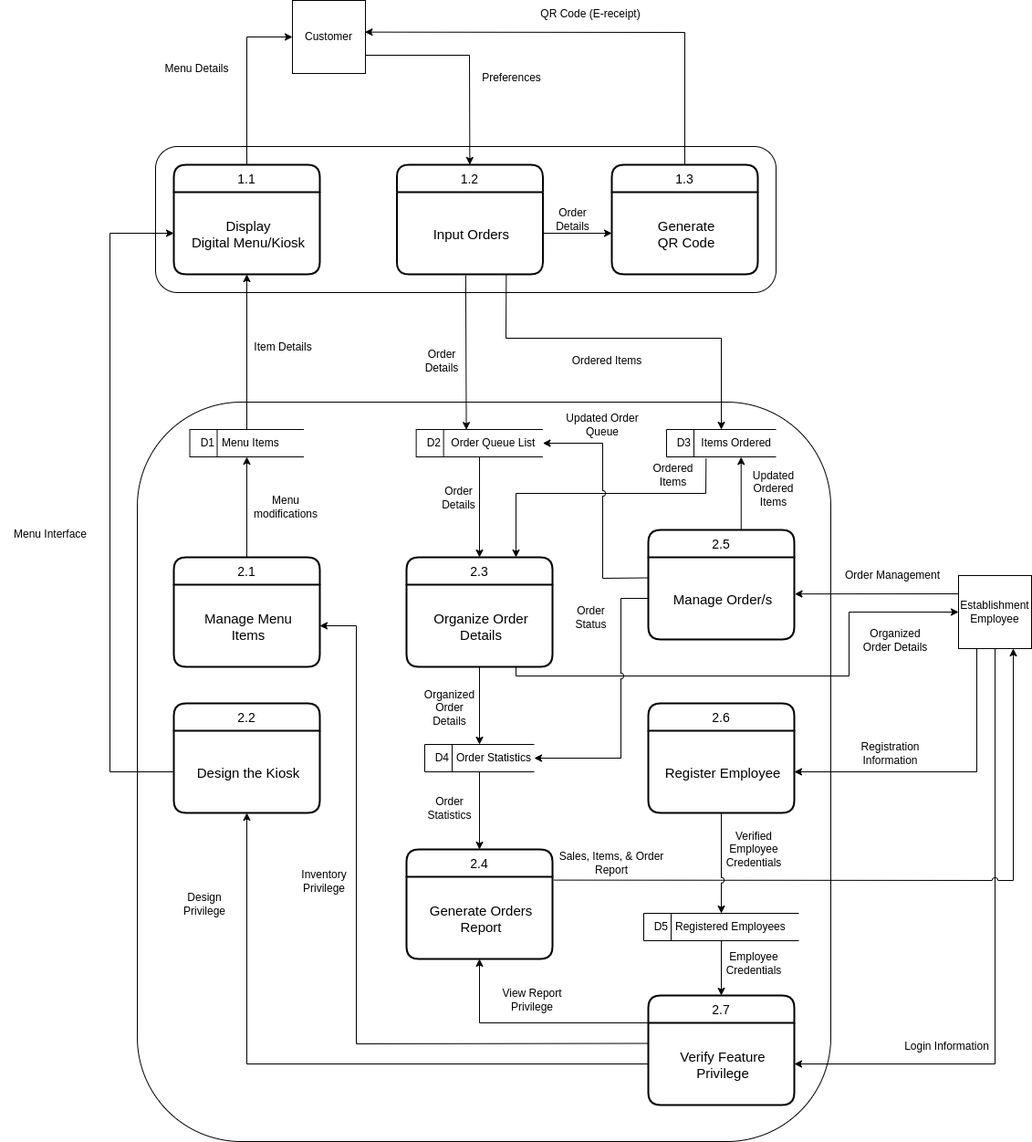
Above: DOCS/Diagrams/DFD Child Diagrams.png in alexxGmZ/MenuMaApp (draw.io), before the change. Source tidied: cells renumbered, new cells last; positions are measured from the earlier drawing's top-left corner, leaving out a move shared by most shapes.
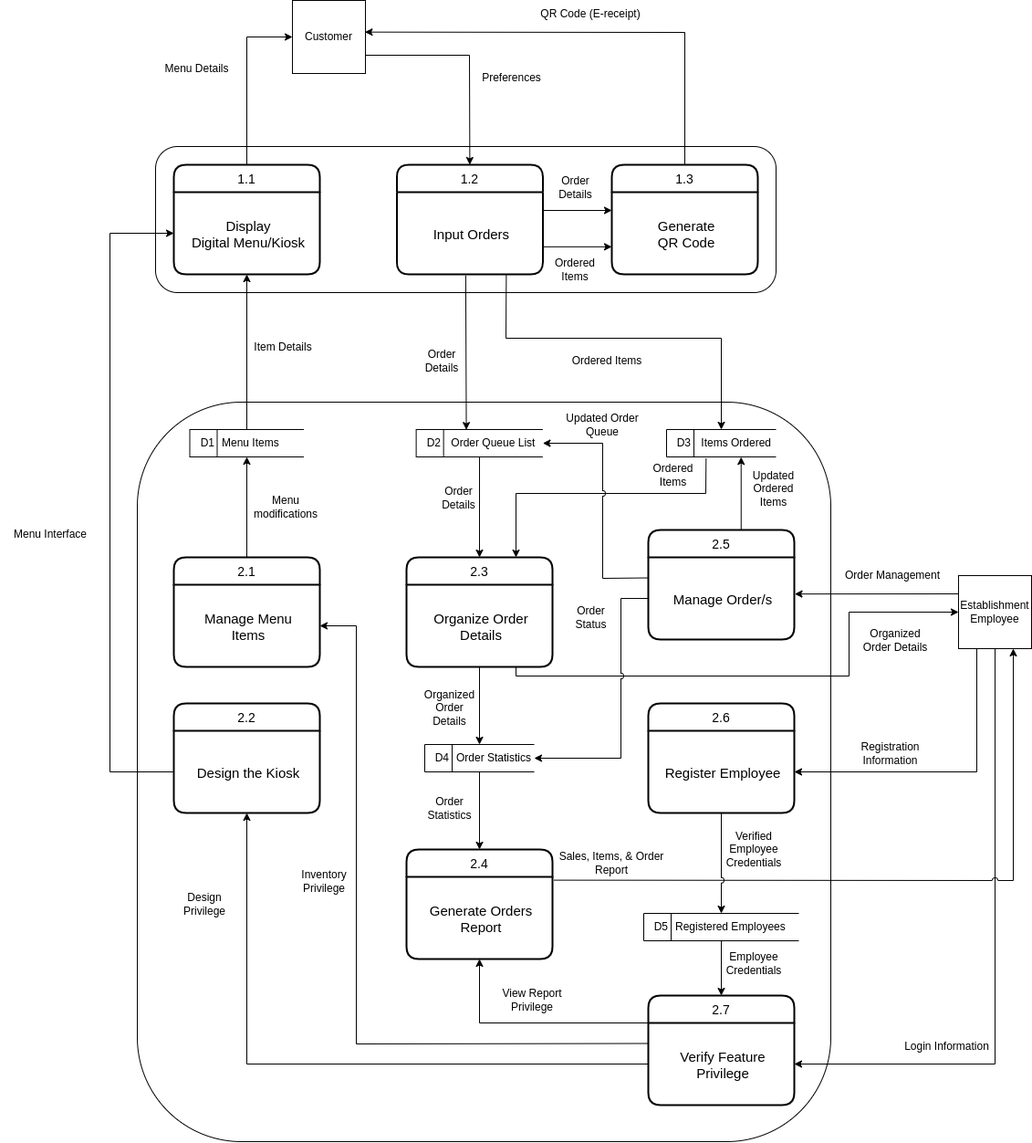
After the commit.

Commit message:
diagram(dfd): child diagrams ordered items data flow to generate qr code process

What changed in the source:
```diff
@@ -172,7 +172,7 @@
     <mxCell id="48" style="edgeStyle=none;html=1;entryX=0.396;entryY=0.007;entryDx=0;entryDy=0;entryPerimeter=0;exitX=0.472;exitY=1.013;exitDx=0;exitDy=0;exitPerimeter=0;" parent="1" edge="1" source="12" target="18">
       <mxGeometry relative="1" as="geometry" />
     </mxCell>
-    <mxCell id="49" style="edgeStyle=none;rounded=0;html=1;exitX=1;exitY=0.5;exitDx=0;exitDy=0;entryX=0;entryY=0.5;entryDx=0;entryDy=0;" parent="1" edge="1" source="12" target="39">
+    <mxCell id="49" style="edgeStyle=none;rounded=0;html=1;exitX=0.998;exitY=0.665;exitDx=0;exitDy=0;entryX=0;entryY=0.665;entryDx=0;entryDy=0;exitPerimeter=0;entryPerimeter=0;" parent="1" edge="1" source="12" target="39">
       <mxGeometry relative="1" as="geometry" />
     </mxCell>
     <mxCell id="50" style="edgeStyle=none;rounded=0;html=1;exitX=0.75;exitY=1;exitDx=0;exitDy=0;entryX=0.5;entryY=0;entryDx=0;entryDy=0;" parent="1" edge="1" source="12" target="16">
@@ -270,7 +270,7 @@
       <mxGeometry x="480" y="530" width="45" height="30" as="geometry" />
     </mxCell>
     <mxCell id="68" value="Order&lt;br&gt;Details" style="text;html=1;strokeColor=none;fillColor=none;align=center;verticalAlign=middle;whiteSpace=wrap;rounded=0;" parent="1" vertex="1">
-      <mxGeometry x="605" y="225" width="45" height="30" as="geometry" />
+      <mxGeometry x="607.5" y="190" width="45" height="30" as="geometry" />
     </mxCell>
     <mxCell id="69" value="Ordered Items" style="text;html=1;strokeColor=none;fillColor=none;align=center;verticalAlign=middle;whiteSpace=wrap;rounded=0;" parent="1" vertex="1">
       <mxGeometry x="625" y="380" width="80" height="30" as="geometry" />
@@ -314,5 +314,14 @@
     <mxCell id="82" value="Menu &lt;br&gt;modifications" style="text;html=1;strokeColor=none;fillColor=none;align=center;verticalAlign=middle;whiteSpace=wrap;rounded=0;" parent="1" vertex="1">
       <mxGeometry x="257.5" y="530" width="110" height="50" as="geometry" />
     </mxCell>
+    <mxCell id="83" style="edgeStyle=none;rounded=0;html=1;exitX=0.998;exitY=0.665;exitDx=0;exitDy=0;entryX=0;entryY=0.665;entryDx=0;entryDy=0;exitPerimeter=0;entryPerimeter=0;" parent="1" edge="1">
+      <mxGeometry relative="1" as="geometry">
+        <mxPoint x="594.1" y="230" as="sourcePoint" />
+        <mxPoint x="670" y="230" as="targetPoint" />
+      </mxGeometry>
+    </mxCell>
+    <mxCell id="84" value="Ordered &lt;br&gt;Items" style="text;html=1;strokeColor=none;fillColor=none;align=center;verticalAlign=middle;whiteSpace=wrap;rounded=0;" parent="1" vertex="1">
+      <mxGeometry x="590" y="280" width="80" height="30" as="geometry" />
+    </mxCell>
   </root>
 </mxGraphModel>
```
